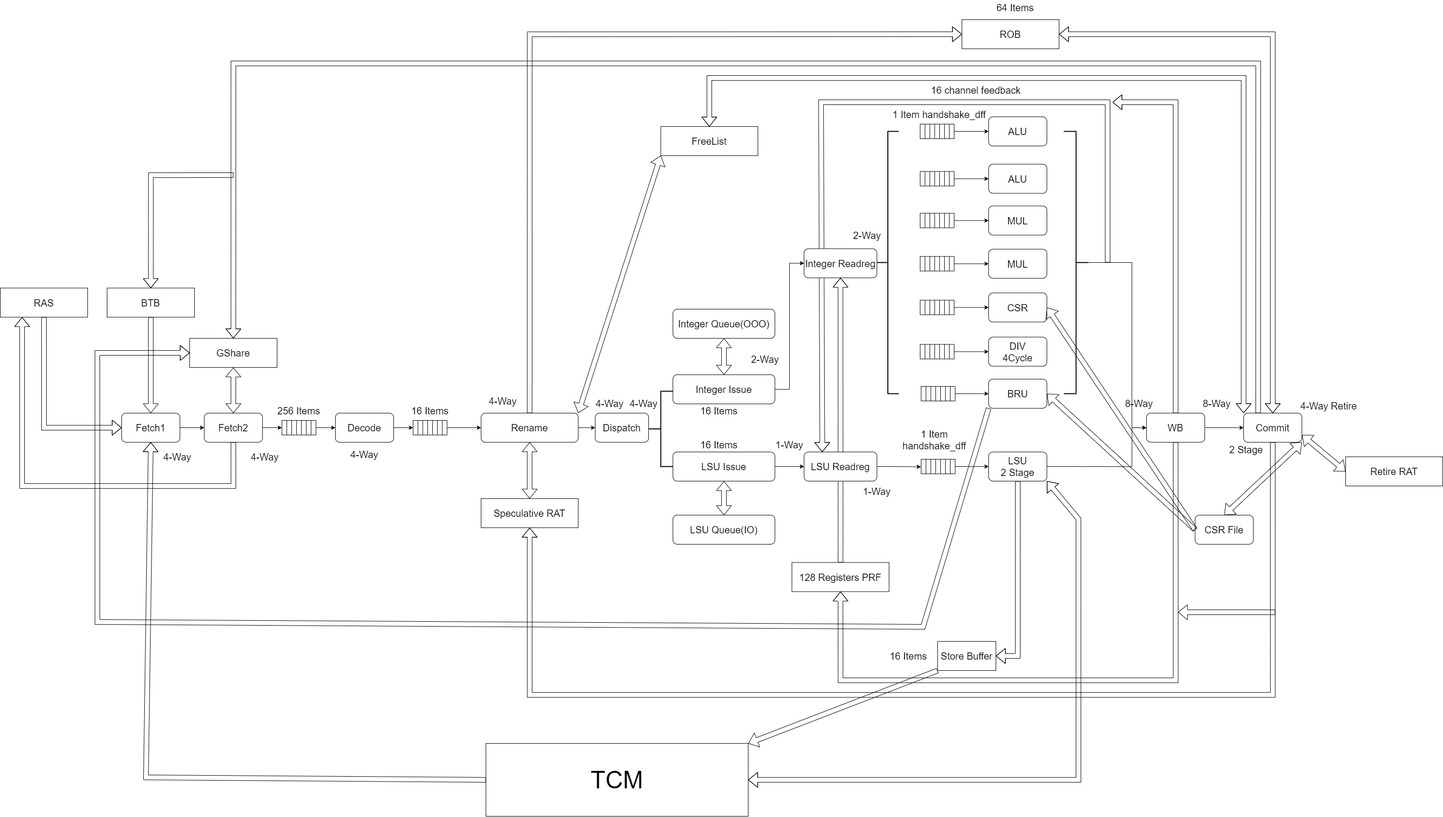
lizhirui/DreamCoreV2 keeps this draw.io diagram as docs/processor_pipeline.png. Above is the earlier version. Source tidied: cells renumbered, new cells last; positions are measured from the earlier drawing's top-left corner, leaving out a move shared by most shapes.
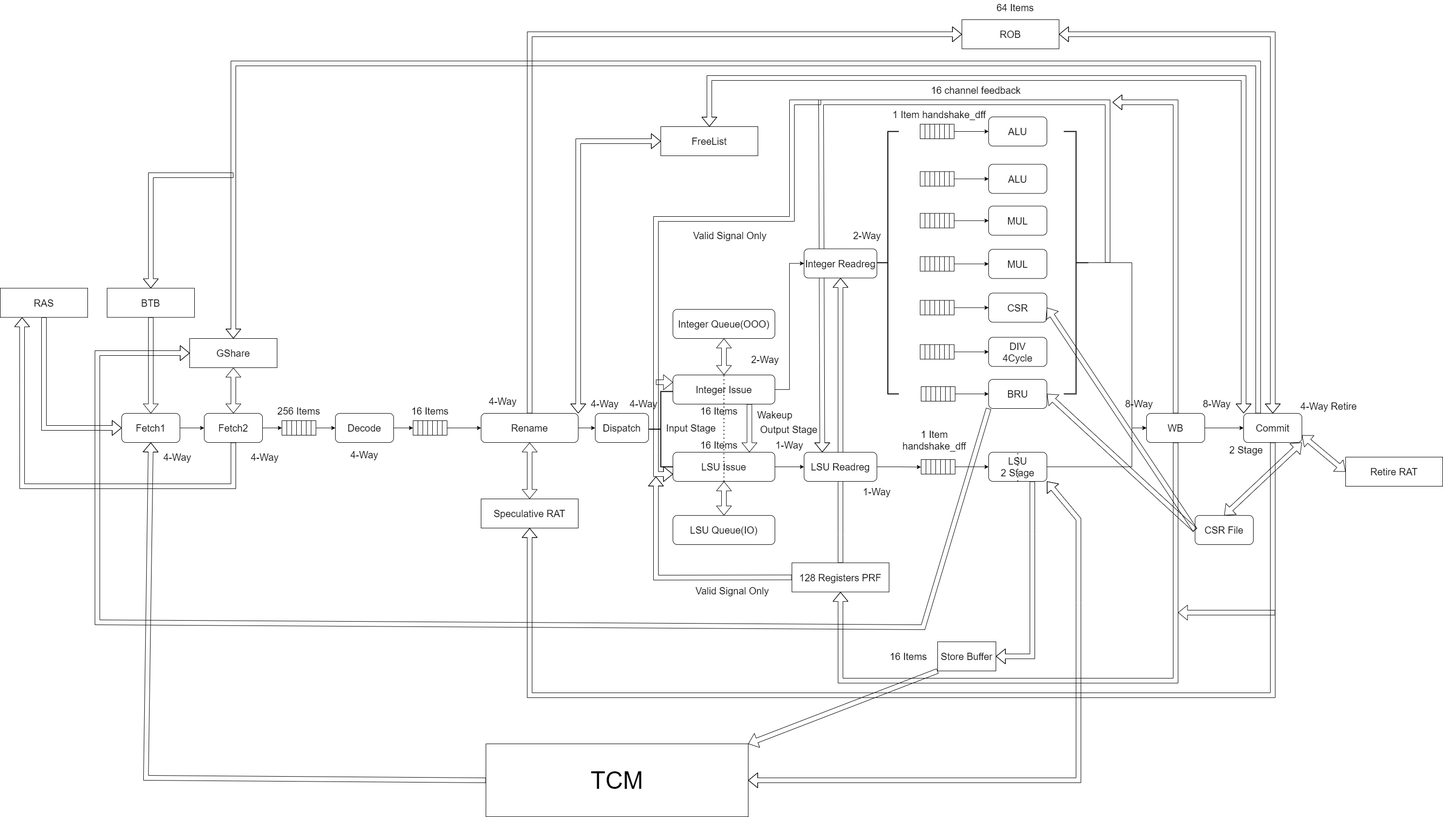
The same file after the commit.

The edit, as a diff of the source:
```diff
@@ -2,6 +2,18 @@
   <root>
     <mxCell id="0" />
     <mxCell id="1" parent="0" />
+    <mxCell id="192" style="shape=flexArrow;endArrow=classic;html=1;rounded=0;entryX=0;entryY=0.75;entryDx=0;entryDy=0;" parent="1" edge="1" target="168">
+      <mxGeometry relative="1" as="geometry">
+        <mxPoint x="1690" y="210" as="sourcePoint" />
+        <Array as="points">
+          <mxPoint x="1630" y="210" />
+          <mxPoint x="1630" y="450" />
+          <mxPoint x="1350" y="450" />
+          <mxPoint x="1350" y="930" />
+          <mxPoint x="1350" y="975" />
+        </Array>
+      </mxGeometry>
+    </mxCell>
     <mxCell id="2" style="shape=flexArrow;endArrow=classic;html=1;rounded=0;entryX=0.25;entryY=0;entryDx=0;entryDy=0;" parent="1" edge="1" target="172">
       <mxGeometry relative="1" as="geometry">
         <mxPoint x="2280" y="540" as="sourcePoint" />
@@ -311,12 +323,11 @@
     <mxCell id="102" value="BRU" style="whiteSpace=wrap;html=1;fontSize=20;rounded=1;" parent="1" vertex="1">
       <mxGeometry x="2035" y="780" width="120" height="60" as="geometry" />
     </mxCell>
-    <mxCell id="103" style="edgeStyle=none;shape=flexArrow;rounded=0;jettySize=auto;html=1;entryX=1;entryY=0.5;entryDx=0;entryDy=0;fontFamily=Helvetica;fontSize=20;fontColor=default;targetPerimeterSpacing=0;exitX=0.5;exitY=1;exitDx=0;exitDy=0;" parent="1" edge="1" source="150" target="115">
+    <mxCell id="103" style="edgeStyle=none;shape=flexArrow;rounded=0;jettySize=auto;html=1;entryX=1;entryY=0.5;entryDx=0;entryDy=0;fontFamily=Helvetica;fontSize=20;fontColor=default;targetPerimeterSpacing=0;exitX=0.75;exitY=1;exitDx=0;exitDy=0;" parent="1" edge="1" source="150" target="115">
       <mxGeometry relative="1" as="geometry">
         <Array as="points">
-          <mxPoint x="2095" y="1098" />
-          <mxPoint x="2095" y="1140" />
-          <mxPoint x="2095" y="1350" />
+          <mxPoint x="2125" y="1098" />
+          <mxPoint x="2125" y="1350" />
         </Array>
       </mxGeometry>
     </mxCell>
@@ -431,7 +442,7 @@
       <mxGeometry x="1530" y="723.5" width="90" height="30" as="geometry" />
     </mxCell>
     <mxCell id="129" value="4-Way" style="text;html=1;strokeColor=none;fillColor=none;align=center;verticalAlign=middle;whiteSpace=wrap;rounded=0;fontFamily=Helvetica;fontSize=20;fontColor=default;" parent="1" vertex="1">
-      <mxGeometry x="1210" y="815" width="90" height="30" as="geometry" />
+      <mxGeometry x="1200" y="815" width="90" height="30" as="geometry" />
     </mxCell>
     <mxCell id="130" value="4-Way" style="text;html=1;strokeColor=none;fillColor=none;align=center;verticalAlign=middle;whiteSpace=wrap;rounded=0;fontFamily=Helvetica;fontSize=20;fontColor=default;" parent="1" vertex="1">
       <mxGeometry x="1280" y="815" width="90" height="30" as="geometry" />
@@ -518,8 +529,12 @@
     <mxCell id="151" value="&lt;font style=&quot;font-size: 20px&quot;&gt;FreeList&lt;/font&gt;" style="rounded=0;whiteSpace=wrap;html=1;fontFamily=Helvetica;fontSize=20;fontColor=default;fillColor=none;gradientColor=none;" parent="1" vertex="1">
       <mxGeometry x="1360" y="260" width="200" height="60" as="geometry" />
     </mxCell>
-    <mxCell id="152" style="shape=flexArrow;endArrow=classic;startArrow=classic;html=1;rounded=0;fontSize=20;entryX=1;entryY=0;entryDx=0;entryDy=0;exitX=0;exitY=1;exitDx=0;exitDy=0;" parent="1" edge="1" source="151" target="26">
-      <mxGeometry relative="1" as="geometry" />
+    <mxCell id="152" style="shape=flexArrow;endArrow=classic;startArrow=classic;html=1;rounded=0;fontSize=20;entryX=1;entryY=0;entryDx=0;entryDy=0;exitX=0;exitY=0.5;exitDx=0;exitDy=0;" parent="1" edge="1" source="151" target="26">
+      <mxGeometry relative="1" as="geometry">
+        <Array as="points">
+          <mxPoint x="1190" y="290" />
+        </Array>
+      </mxGeometry>
     </mxCell>
     <mxCell id="153" style="shape=flexArrow;endArrow=classic;startArrow=classic;html=1;rounded=0;fontSize=20;exitX=0;exitY=0;exitDx=0;exitDy=0;entryX=0.5;entryY=0;entryDx=0;entryDy=0;" parent="1" edge="1" source="111" target="151">
       <mxGeometry relative="1" as="geometry">
@@ -657,5 +672,44 @@
         <mxPoint x="1490" y="990" as="targetPoint" />
       </mxGeometry>
     </mxCell>
+    <mxCell id="193" style="endArrow=none;dashed=1;html=1;dashPattern=1 3;strokeWidth=2;rounded=0;entryX=0.5;entryY=0;entryDx=0;entryDy=0;" parent="1" edge="1" target="166">
+      <mxGeometry relative="1" as="geometry">
+        <mxPoint x="1490" y="990" as="sourcePoint" />
+      </mxGeometry>
+    </mxCell>
+    <mxCell id="194" value="Input Stage" style="text;html=1;strokeColor=none;fillColor=none;align=center;verticalAlign=middle;whiteSpace=wrap;rounded=0;fontFamily=Helvetica;fontSize=20;fontColor=default;" parent="1" vertex="1">
+      <mxGeometry x="1370" y="865" width="105" height="30" as="geometry" />
+    </mxCell>
+    <mxCell id="195" value="Output Stage" style="text;html=1;strokeColor=none;fillColor=none;align=center;verticalAlign=middle;whiteSpace=wrap;rounded=0;fontFamily=Helvetica;fontSize=20;fontColor=default;" parent="1" vertex="1">
+      <mxGeometry x="1560" y="867.5" width="127.5" height="30" as="geometry" />
+    </mxCell>
+    <mxCell id="196" style="shape=flexArrow;endArrow=classic;html=1;rounded=0;entryX=0;entryY=0.25;entryDx=0;entryDy=0;" parent="1" edge="1" target="166">
+      <mxGeometry relative="1" as="geometry">
+        <mxPoint x="1350" y="786" as="sourcePoint" />
+      </mxGeometry>
+    </mxCell>
+    <mxCell id="197" style="shape=flexArrow;endArrow=classic;html=1;rounded=0;exitX=0;exitY=0.5;exitDx=0;exitDy=0;" parent="1" edge="1" source="119">
+      <mxGeometry relative="1" as="geometry">
+        <mxPoint x="1350" y="980" as="targetPoint" />
+        <Array as="points">
+          <mxPoint x="1350" y="1188" />
+        </Array>
+      </mxGeometry>
+    </mxCell>
+    <mxCell id="198" value="Valid Signal Only" style="text;html=1;strokeColor=none;fillColor=none;align=center;verticalAlign=middle;whiteSpace=wrap;rounded=0;fontFamily=Helvetica;fontSize=20;fontColor=default;" parent="1" vertex="1">
+      <mxGeometry x="1430" y="1200" width="155" height="30" as="geometry" />
+    </mxCell>
+    <mxCell id="199" value="Valid Signal Only" style="text;html=1;strokeColor=none;fillColor=none;align=center;verticalAlign=middle;whiteSpace=wrap;rounded=0;fontFamily=Helvetica;fontSize=20;fontColor=default;" parent="1" vertex="1">
+      <mxGeometry x="1425" y="468.5" width="155" height="30" as="geometry" />
+    </mxCell>
+    <mxCell id="200" value="Wakeup" style="text;html=1;strokeColor=none;fillColor=none;align=center;verticalAlign=middle;whiteSpace=wrap;rounded=0;fontFamily=Helvetica;fontSize=20;fontColor=default;" parent="1" vertex="1">
+      <mxGeometry x="1550" y="837.5" width="90" height="30" as="geometry" />
+    </mxCell>
+    <mxCell id="201" style="endArrow=none;dashed=1;html=1;dashPattern=1 3;strokeWidth=2;rounded=0;entryX=0.5;entryY=0;entryDx=0;entryDy=0;exitX=0.5;exitY=1;exitDx=0;exitDy=0;" parent="1" edge="1" source="150" target="150">
+      <mxGeometry relative="1" as="geometry" />
+    </mxCell>
+    <mxCell id="202" style="shape=flexArrow;endArrow=classic;html=1;rounded=0;exitX=0.75;exitY=1;exitDx=0;exitDy=0;entryX=0.75;entryY=0;entryDx=0;entryDy=0;" parent="1" edge="1" source="166" target="168">
+      <mxGeometry relative="1" as="geometry" />
+    </mxCell>
   </root>
 </mxGraphModel>
```
